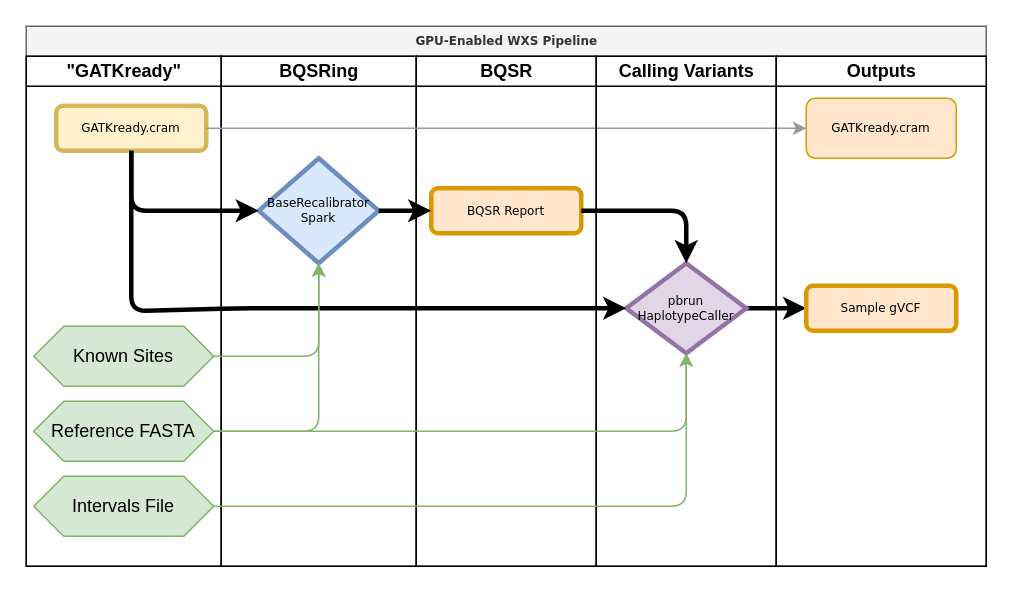
The draw.io diagram Diagrams/WXS_SM_HConly.drawio in NeuroGenomicsAndInformatics/WXS-Pipelines, before the edit. Source tidied: cells renumbered, new cells numbered last; positions are measured from the earlier drawing's top-left corner, leaving out a move shared by most shapes. Both pictures are drawn from the tidied source at 150%, with x=0, y=0 at pixel (26, 26).
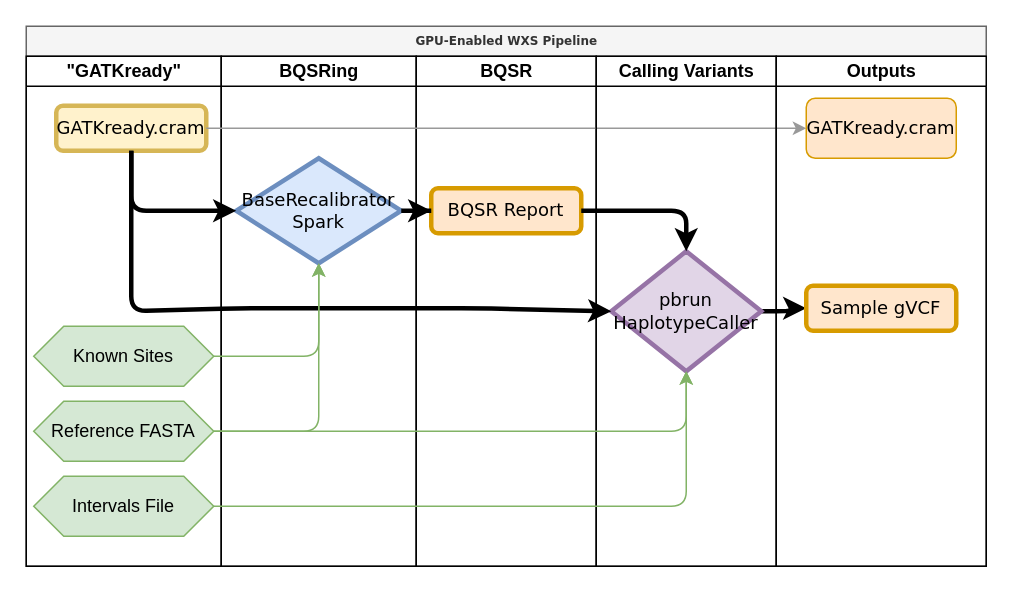
Above is the later version.

The change refers to these unchanged cells:
```xml
<mxCell id="3" value="&quot;GATKready&quot;" style="swimlane;html=1;startSize=20;" parent="2" vertex="1">
  <mxGeometry y="20" width="130" height="340" as="geometry" />
</mxCell>
<mxCell id="8" value="BQSRing" style="swimlane;html=1;startSize=20;" parent="2" vertex="1">
  <mxGeometry x="130" y="20" width="130" height="340" as="geometry" />
</mxCell>
<mxCell id="11" value="BQSR" style="swimlane;html=1;startSize=20;" parent="2" vertex="1">
  <mxGeometry x="260" y="20" width="120" height="340" as="geometry" />
</mxCell>
<mxCell id="17" value="Calling Variants" style="swimlane;html=1;startSize=20;" parent="2" vertex="1">
  <mxGeometry x="380" y="20" width="120" height="340" as="geometry" />
</mxCell>
<mxCell id="21" value="Outputs" style="swimlane;html=1;startSize=20;" parent="2" vertex="1">
  <mxGeometry x="500" y="20" width="140" height="340" as="geometry" />
</mxCell>
```

The edit, as a diff of the source:
```diff
@@
-    <mxCell id="4" value="GATKready.cram" style="rounded=1;whiteSpace=wrap;html=1;shadow=0;labelBackgroundColor=none;strokeWidth=3;fontFamily=Verdana;fontSize=8;align=center;fillColor=#fff2cc;strokeColor=#d6b656;" parent="3" vertex="1">
+    <mxCell id="4" value="GATKready.cram" style="rounded=1;whiteSpace=wrap;html=1;shadow=0;labelBackgroundColor=none;strokeWidth=3;fontFamily=Verdana;fontSize=12;align=center;fillColor=#fff2cc;strokeColor=#d6b656;" parent="3" vertex="1">
       <mxGeometry x="20" y="33" width="100" height="30" as="geometry" />
     </mxCell>
@@
-    <mxCell id="10" value="BaseRecalibrator&lt;br&gt;Spark" style="rhombus;whiteSpace=wrap;html=1;rounded=0;shadow=0;labelBackgroundColor=none;strokeWidth=3;fontFamily=Verdana;fontSize=8;align=center;fillColor=#dae8fc;strokeColor=#6c8ebf;" parent="8" vertex="1">
-      <mxGeometry x="25" y="68" width="80" height="70" as="geometry" />
+    <mxCell id="10" value="BaseRecalibrator&lt;br&gt;Spark" style="rhombus;whiteSpace=wrap;html=1;rounded=0;shadow=0;labelBackgroundColor=none;strokeWidth=3;fontFamily=Verdana;fontSize=12;align=center;fillColor=#dae8fc;strokeColor=#6c8ebf;" parent="8" vertex="1">
+      <mxGeometry x="10" y="68" width="110" height="70" as="geometry" />
     </mxCell>
@@
-    <mxCell id="12" value="BQSR Report" style="rounded=1;whiteSpace=wrap;html=1;shadow=0;labelBackgroundColor=none;strokeWidth=3;fontFamily=Verdana;fontSize=8;align=center;fillColor=#ffe6cc;strokeColor=#d79b00;" parent="11" vertex="1">
+    <mxCell id="12" value="BQSR Report" style="rounded=1;whiteSpace=wrap;html=1;shadow=0;labelBackgroundColor=none;strokeWidth=3;fontFamily=Verdana;fontSize=12;align=center;fillColor=#ffe6cc;strokeColor=#d79b00;" parent="11" vertex="1">
       <mxGeometry x="10" y="88" width="100" height="30" as="geometry" />
     </mxCell>
@@
-    <mxCell id="18" value="pbrun&lt;br&gt;HaplotypeCaller" style="rhombus;whiteSpace=wrap;html=1;rounded=0;shadow=0;labelBackgroundColor=none;strokeWidth=3;fontFamily=Verdana;fontSize=8;align=center;fillColor=#e1d5e7;strokeColor=#9673a6;" parent="17" vertex="1">
-      <mxGeometry x="20" y="138" width="80" height="60" as="geometry" />
+    <mxCell id="18" value="pbrun&lt;br&gt;HaplotypeCaller" style="rhombus;whiteSpace=wrap;html=1;rounded=0;shadow=0;labelBackgroundColor=none;strokeWidth=3;fontFamily=Verdana;fontSize=12;align=center;fillColor=#e1d5e7;strokeColor=#9673a6;" parent="17" vertex="1">
+      <mxGeometry x="10" y="130" width="100" height="80" as="geometry" />
     </mxCell>
@@
-    <mxCell id="22" value="Sample gVCF" style="rounded=1;whiteSpace=wrap;html=1;shadow=0;labelBackgroundColor=none;strokeWidth=3;fontFamily=Verdana;fontSize=8;align=center;fillColor=#ffe6cc;strokeColor=#d79b00;" parent="21" vertex="1">
+    <mxCell id="22" value="Sample gVCF" style="rounded=1;whiteSpace=wrap;html=1;shadow=0;labelBackgroundColor=none;strokeWidth=3;fontFamily=Verdana;fontSize=12;align=center;fillColor=#ffe6cc;strokeColor=#d79b00;" parent="21" vertex="1">
       <mxGeometry x="20" y="153" width="100" height="30" as="geometry" />
     </mxCell>
-    <mxCell id="23" value="GATKready.cram" style="rounded=1;whiteSpace=wrap;html=1;shadow=0;labelBackgroundColor=none;strokeWidth=1;fontFamily=Verdana;fontSize=8;align=center;fillColor=#ffe6cc;strokeColor=#d79b00;" parent="21" vertex="1">
+    <mxCell id="23" value="GATKready.cram" style="rounded=1;whiteSpace=wrap;html=1;shadow=0;labelBackgroundColor=none;strokeWidth=1;fontFamily=Verdana;fontSize=12;align=center;fillColor=#ffe6cc;strokeColor=#d79b00;" parent="21" vertex="1">
       <mxGeometry x="20" y="28" width="100" height="40" as="geometry" />
     </mxCell>
```
